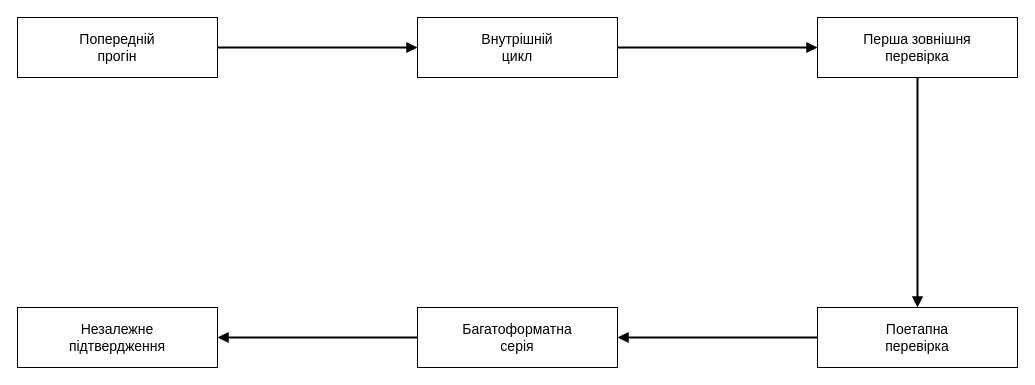
Earlier version of the draw.io diagram title/figures_drawio/fig_4_1_experimental_setup.drawio (oleksandrmelnychenko/dima-phd). Source tidied: cells renumbered, new cells numbered last; positions are measured from the earlier drawing's top-left corner, leaving out a move shared by most shapes. Both pictures are drawn from the tidied source at 100%, with x=0, y=0 at pixel (17, 17).
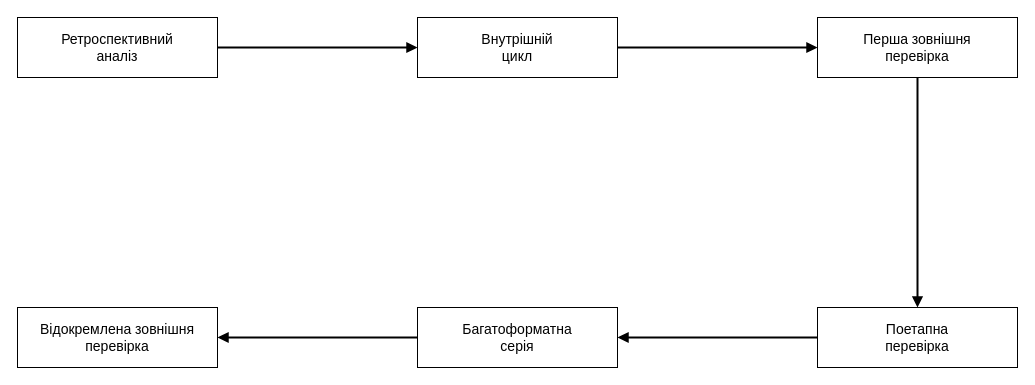
The same page after the edit.

The edit, as a diff of the source:
```diff
@@
 <mxGraphModel>
   <root>
     <mxCell id="0" />
     <mxCell id="1" parent="0" />
-    <mxCell id="2" value="Попередній&lt;br&gt;прогін" style="rounded=0;whiteSpace=wrap;html=1;fillColor=#ffffff;strokeColor=#000000;fontColor=#000000;fontSize=14;align=center;verticalAlign=middle;" parent="1" vertex="1">
+    <mxCell id="2" value="Ретроспективний&lt;br&gt;аналіз" style="rounded=0;whiteSpace=wrap;html=1;fillColor=#ffffff;strokeColor=#000000;fontColor=#000000;fontSize=14;align=center;verticalAlign=middle;" parent="1" vertex="1">
       <mxGeometry width="200" height="60" as="geometry" />
     </mxCell>
     <mxCell id="3" value="Внутрішній&lt;br&gt;цикл" style="rounded=0;whiteSpace=wrap;html=1;fillColor=#ffffff;strokeColor=#000000;fontColor=#000000;fontSize=14;align=center;verticalAlign=middle;" parent="1" vertex="1">
       <mxGeometry x="400" width="200" height="60" as="geometry" />
     </mxCell>
     <mxCell id="4" value="Перша зовнішня&lt;br&gt;перевірка" style="rounded=0;whiteSpace=wrap;html=1;fillColor=#ffffff;strokeColor=#000000;fontColor=#000000;fontSize=14;align=center;verticalAlign=middle;" parent="1" vertex="1">
       <mxGeometry x="800" width="200" height="60" as="geometry" />
     </mxCell>
-    <mxCell id="5" value="Незалежне&lt;br&gt;підтвердження" style="rounded=0;whiteSpace=wrap;html=1;fillColor=#ffffff;strokeColor=#000000;fontColor=#000000;fontSize=14;align=center;verticalAlign=middle;" parent="1" vertex="1">
+    <mxCell id="5" value="Відокремлена зовнішня&lt;br&gt;перевірка" style="rounded=0;whiteSpace=wrap;html=1;fillColor=#ffffff;strokeColor=#000000;fontColor=#000000;fontSize=14;align=center;verticalAlign=middle;" parent="1" vertex="1">
       <mxGeometry y="290" width="200" height="60" as="geometry" />
     </mxCell>
     <mxCell id="6" value="Багатоформатна&lt;br&gt;серія" style="rounded=0;whiteSpace=wrap;html=1;fillColor=#ffffff;strokeColor=#000000;fontColor=#000000;fontSize=14;align=center;verticalAlign=middle;" parent="1" vertex="1">
       <mxGeometry x="400" y="290" width="200" height="60" as="geometry" />
     </mxCell>
     <mxCell id="7" value="Поетапна&lt;br&gt;перевірка" style="rounded=0;whiteSpace=wrap;html=1;fillColor=#ffffff;strokeColor=#000000;fontColor=#000000;fontSize=14;align=center;verticalAlign=middle;" parent="1" vertex="1">
       <mxGeometry x="800" y="290" width="200" height="60" as="geometry" />
     </mxCell>
     <mxCell id="8" style="edgeStyle=orthogonalEdgeStyle;jettySize=auto;html=1;exitX=1;exitY=0.5;exitDx=0;exitDy=0;entryX=0;entryY=0.5;entryDx=0;entryDy=0;endArrow=block;endFill=1;strokeColor=#000000;strokeWidth=2;" parent="1" edge="1" source="2" target="3">
       <mxGeometry relative="1" as="geometry" />
     </mxCell>
     <mxCell id="9" style="edgeStyle=orthogonalEdgeStyle;jettySize=auto;html=1;exitX=1;exitY=0.5;exitDx=0;exitDy=0;entryX=0;entryY=0.5;entryDx=0;entryDy=0;endArrow=block;endFill=1;strokeColor=#000000;strokeWidth=2;" parent="1" edge="1" source="3" target="4">
       <mxGeometry relative="1" as="geometry" />
     </mxCell>
     <mxCell id="10" style="edgeStyle=orthogonalEdgeStyle;jettySize=auto;html=1;exitX=0.5;exitY=1;exitDx=0;exitDy=0;entryX=0.5;entryY=0;entryDx=0;entryDy=0;endArrow=block;endFill=1;strokeColor=#000000;strokeWidth=2;" parent="1" edge="1" source="4" target="7">
       <mxGeometry relative="1" as="geometry" />
     </mxCell>
     <mxCell id="11" style="edgeStyle=orthogonalEdgeStyle;jettySize=auto;html=1;exitX=0;exitY=0.5;exitDx=0;exitDy=0;entryX=1;entryY=0.5;entryDx=0;entryDy=0;endArrow=block;endFill=1;strokeColor=#000000;strokeWidth=2;" parent="1" edge="1" source="6" target="5">
       <mxGeometry relative="1" as="geometry" />
     </mxCell>
     <mxCell id="12" style="edgeStyle=orthogonalEdgeStyle;jettySize=auto;html=1;exitX=0;exitY=0.5;exitDx=0;exitDy=0;entryX=1;entryY=0.5;entryDx=0;entryDy=0;endArrow=block;endFill=1;strokeColor=#000000;strokeWidth=2;" parent="1" edge="1" source="7" target="6">
       <mxGeometry relative="1" as="geometry" />
     </mxCell>
   </root>
 </mxGraphModel>
```
